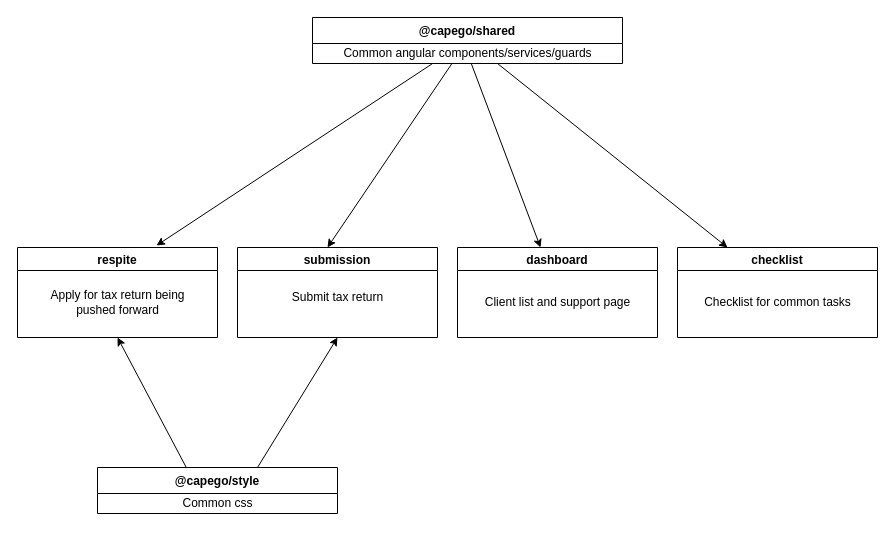
Earlier version of the draw.io diagram CapegoWebProjects.drawio (karmats/vscode-snippets). Source tidied: cells renumbered, new cells numbered last; positions are measured from the earlier drawing's top-left corner, leaving out a move shared by most shapes. Both pictures are drawn from the tidied source at 100%, with x=0, y=0 at pixel (17, 17).
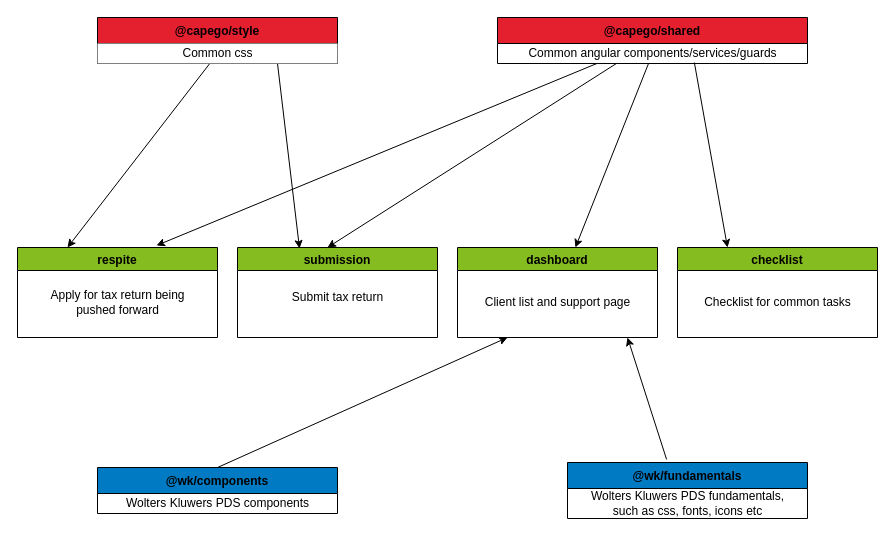
Above is the later version.

Unchanged cells that the change refers to:
```xml
<mxCell id="9" value="Common angular components/services/guards&lt;br&gt;" style="text;html=1;align=center;verticalAlign=middle;points=[];strokeColor=none;" parent="8" vertex="1">
  <mxGeometry y="26" width="310" height="20" as="geometry" />
</mxCell>
```

Diff of the diagram source:
```diff
@@
-    <mxCell id="2" value="respite" style="swimlane;" parent="1" vertex="1">
+    <mxCell id="2" value="respite" style="swimlane;fillColor=#85BC20;" parent="1" vertex="1">
       <mxGeometry y="230" width="200" height="90" as="geometry" />
     </mxCell>
@@
-    <mxCell id="4" value="submission" style="swimlane;" parent="1" vertex="1">
+    <mxCell id="4" value="submission" style="swimlane;fillColor=#85BC20;" parent="1" vertex="1">
       <mxGeometry x="220" y="230" width="200" height="90" as="geometry" />
     </mxCell>
@@
-    <mxCell id="6" value="dashboard" style="swimlane;" parent="1" vertex="1">
+    <mxCell id="6" value="dashboard" style="swimlane;fillColor=#85BC20;" parent="1" vertex="1">
       <mxGeometry x="440" y="230" width="200" height="90" as="geometry" />
     </mxCell>
@@
-    <mxCell id="8" value="@capego/shared" style="swimlane;fontStyle=1;horizontal=1;startSize=26;" parent="1" vertex="1">
-      <mxGeometry x="295" width="310" height="46" as="geometry" />
+    <mxCell id="8" value="@capego/shared" style="swimlane;fontStyle=1;horizontal=1;startSize=26;fillColor=#E5202E;" parent="1" vertex="1">
+      <mxGeometry x="480" width="310" height="46" as="geometry" />
     </mxCell>
@@
-    <mxCell id="13" style="endArrow=classic;html=1;exitX=0.215;exitY=0.01;exitDx=0;exitDy=0;exitPerimeter=0;entryX=0.5;entryY=1;entryDx=0;entryDy=0;" parent="1" edge="1" target="2">
-      <mxGeometry relative="1" as="geometry">
-        <mxPoint x="168.8" y="450" as="sourcePoint" />
-      </mxGeometry>
+    <mxCell id="13" style="endArrow=classic;html=1;entryX=0.25;entryY=0;entryDx=0;entryDy=0;" parent="1" edge="1" source="16" target="2">
+      <mxGeometry relative="1" as="geometry" />
     </mxCell>
-    <mxCell id="14" style="endArrow=classic;html=1;exitX=0.5;exitY=0;exitDx=0;exitDy=0;entryX=0.5;entryY=1;entryDx=0;entryDy=0;" parent="1" edge="1" target="4">
-      <mxGeometry relative="1" as="geometry">
-        <mxPoint x="240" y="450" as="sourcePoint" />
-      </mxGeometry>
+    <mxCell id="14" style="endArrow=classic;html=1;exitX=0.75;exitY=1;exitDx=0;exitDy=0;entryX=0.31;entryY=0.011;entryDx=0;entryDy=0;entryPerimeter=0;" parent="1" edge="1" source="15" target="4">
+      <mxGeometry relative="1" as="geometry" />
     </mxCell>
-    <mxCell id="15" value="@capego/style" style="swimlane;fontStyle=1;horizontal=1;startSize=26;" parent="1" vertex="1">
-      <mxGeometry x="80" y="450" width="240" height="46" as="geometry" />
+    <mxCell id="15" value="@capego/style" style="swimlane;fontStyle=1;horizontal=1;startSize=26;fillColor=#E5202E;" parent="1" vertex="1">
+      <mxGeometry x="80" width="240" height="46" as="geometry" />
     </mxCell>
-    <mxCell id="16" value="Common css" style="text;html=1;align=center;verticalAlign=middle;points=[];strokeColor=none;" parent="15" vertex="1">
+    <mxCell id="16" value="Common css" style="text;html=1;align=center;verticalAlign=middle;points=[];strokeColor=none;fillColor=#FFFFFF;" parent="15" vertex="1">
       <mxGeometry y="26" width="240" height="20" as="geometry" />
     </mxCell>
-    <mxCell id="17" value="checklist" style="swimlane;" parent="1" vertex="1">
+    <mxCell id="17" value="checklist" style="swimlane;fillColor=#85BC20;" parent="1" vertex="1">
       <mxGeometry x="660" y="230" width="200" height="90" as="geometry" />
     </mxCell>
@@
-    <mxCell id="19" style="endArrow=classic;html=1;entryX=0.25;entryY=0;entryDx=0;entryDy=0;" parent="1" edge="1" target="17">
-      <mxGeometry relative="1" as="geometry">
-        <mxPoint x="480" y="46" as="sourcePoint" />
-      </mxGeometry>
+    <mxCell id="19" style="endArrow=classic;html=1;entryX=0.25;entryY=0;entryDx=0;entryDy=0;exitX=0.635;exitY=0.95;exitDx=0;exitDy=0;exitPerimeter=0;" parent="1" edge="1" source="9" target="17">
+      <mxGeometry relative="1" as="geometry" />
     </mxCell>
+    <mxCell id="20" value="@wk/components" style="swimlane;fontStyle=1;horizontal=1;startSize=26;fillColor=#007AC3;" parent="1" vertex="1">
+      <mxGeometry x="80" y="450" width="240" height="46" as="geometry" />
+    </mxCell>
+    <mxCell id="21" value="Wolters Kluwers PDS components" style="text;html=1;align=center;verticalAlign=middle;strokeColor=none;" parent="20" vertex="1">
+      <mxGeometry y="26" width="240" height="20" as="geometry" />
+    </mxCell>
+    <mxCell id="22" style="endArrow=classic;html=1;exitX=0.5;exitY=0;exitDx=0;exitDy=0;entryX=0.25;entryY=1;entryDx=0;entryDy=0;" parent="1" edge="1" source="20" target="6">
+      <mxGeometry relative="1" as="geometry" />
+    </mxCell>
+    <mxCell id="23" value="@wk/fundamentals" style="swimlane;fontStyle=1;horizontal=1;startSize=26;fillColor=#007AC3;" parent="1" vertex="1">
+      <mxGeometry x="550" y="445" width="240" height="56" as="geometry" />
+    </mxCell>
+    <mxCell id="24" value="Wolters Kluwers PDS fundamentals,&lt;br&gt;such as css, fonts, icons etc" style="text;html=1;align=center;verticalAlign=middle;strokeColor=none;" parent="23" vertex="1">
+      <mxGeometry y="26" width="240" height="30" as="geometry" />
+    </mxCell>
+    <mxCell id="25" style="endArrow=classic;html=1;exitX=0.413;exitY=-0.054;exitDx=0;exitDy=0;entryX=0.25;entryY=1;entryDx=0;entryDy=0;exitPerimeter=0;" parent="1" edge="1" source="23">
+      <mxGeometry relative="1" as="geometry">
+        <mxPoint x="610" y="320" as="targetPoint" />
+      </mxGeometry>
+    </mxCell>
```
